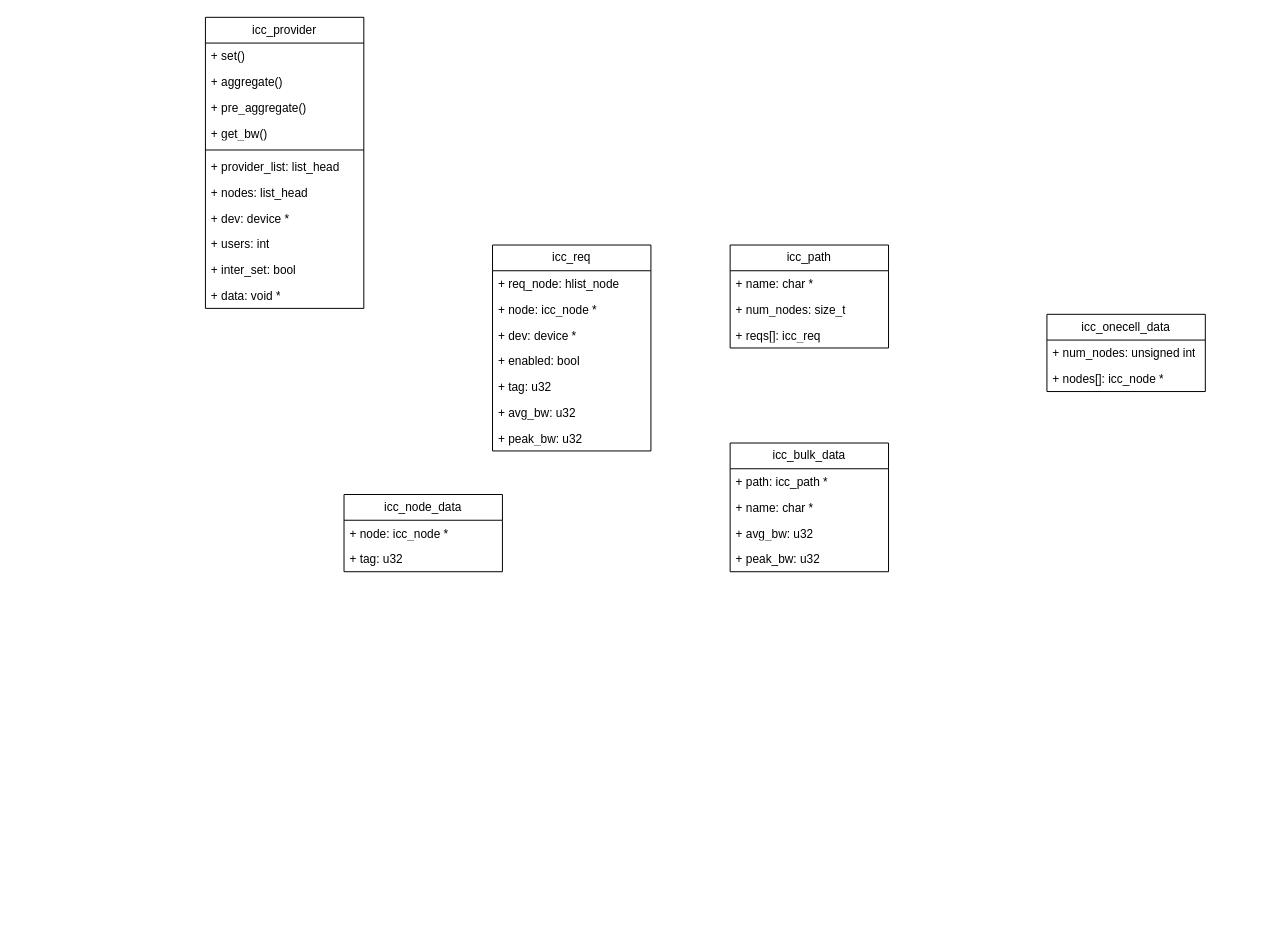
Above: Interconnect.drawio in Kaling1203/Diagram (draw.io), before the change. Source tidied: cells renumbered, new cells numbered last; positions are measured from the earlier drawing's top-left corner, leaving out a move shared by most shapes. Both pictures are drawn from the tidied source at 99%, with x=0, y=0 at pixel (205, 17).
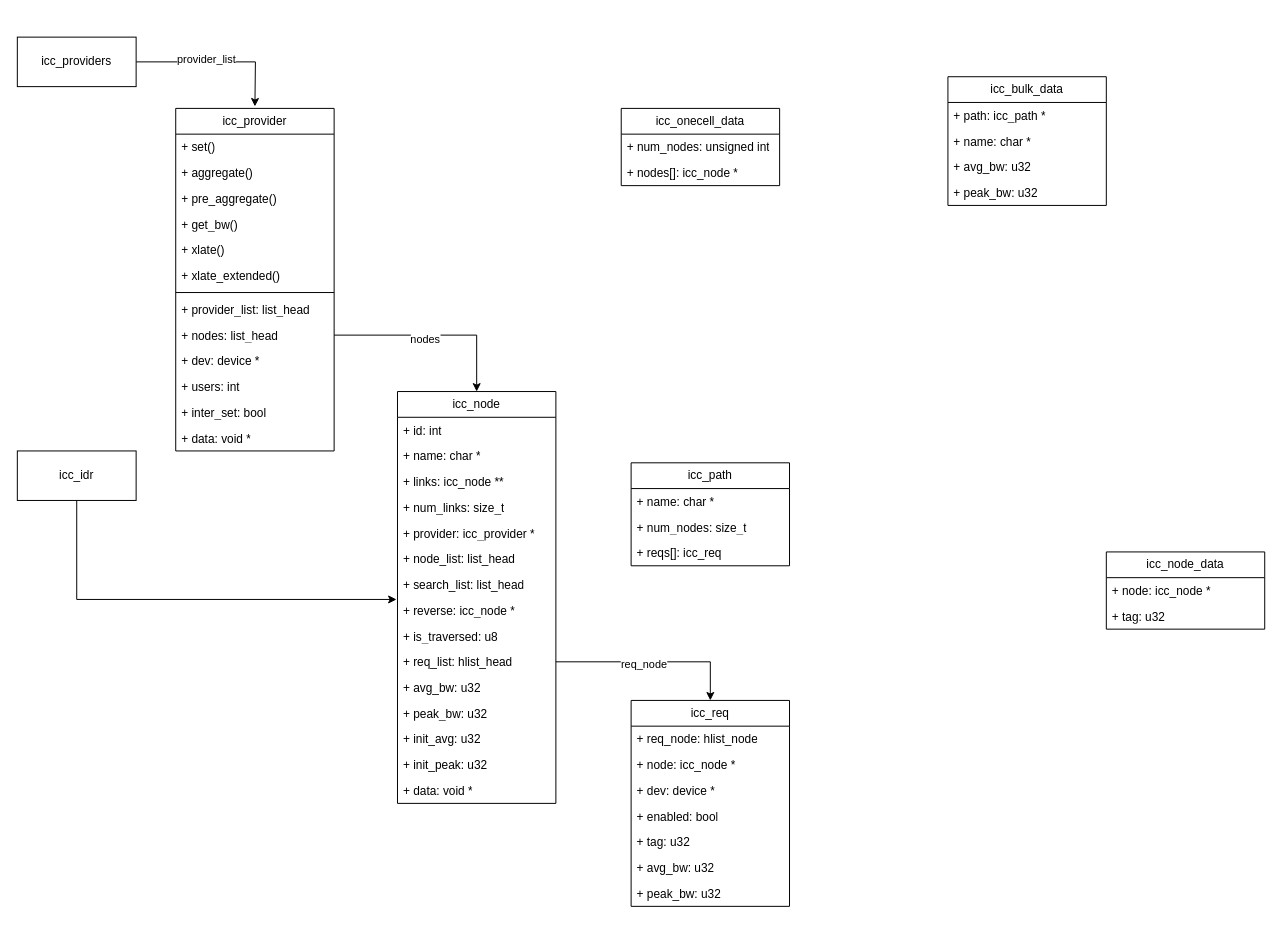
After the change.

Change to the diagram source:
```diff
@@
     <mxCell id="2" value="icc_req" style="swimlane;fontStyle=0;horizontal=1;startSize=26;fillColor=none;whiteSpace=wrap;html=1;" parent="1" vertex="1">
-      <mxGeometry x="290" y="230" width="160" height="208" as="geometry" />
+      <mxGeometry x="430" y="690" width="160" height="208" as="geometry" />
     </mxCell>
@@
     <mxCell id="10" value="icc_path" style="swimlane;fontStyle=0;horizontal=1;startSize=26;fillColor=none;whiteSpace=wrap;html=1;" parent="1" vertex="1">
-      <mxGeometry x="530" y="230" width="160" height="104" as="geometry" />
+      <mxGeometry x="430" y="450" width="160" height="104" as="geometry" />
     </mxCell>
@@
     <mxCell id="14" value="icc_bulk_data" style="swimlane;fontStyle=0;horizontal=1;startSize=26;fillColor=none;whiteSpace=wrap;html=1;" parent="1" vertex="1">
-      <mxGeometry x="530" y="430" width="160" height="130" as="geometry" />
+      <mxGeometry x="750" y="60" width="160" height="130" as="geometry" />
     </mxCell>
@@
     <mxCell id="19" value="icc_node_data" style="swimlane;fontStyle=0;horizontal=1;startSize=26;fillColor=none;whiteSpace=wrap;html=1;" parent="1" vertex="1">
-      <mxGeometry x="140" y="482" width="160" height="78" as="geometry" />
+      <mxGeometry x="910" y="540" width="160" height="78" as="geometry" />
     </mxCell>
@@
     <mxCell id="22" value="icc_onecell_data" style="swimlane;fontStyle=0;horizontal=1;startSize=26;fillColor=none;whiteSpace=wrap;html=1;" parent="1" vertex="1">
-      <mxGeometry x="850" y="300" width="160" height="78" as="geometry" />
+      <mxGeometry x="420" y="92" width="160" height="78" as="geometry" />
     </mxCell>
@@
     <mxCell id="25" value="icc_provider" style="swimlane;fontStyle=0;horizontal=1;startSize=26;fillColor=none;whiteSpace=wrap;html=1;" parent="1" vertex="1">
-      <mxGeometry width="160" height="294" as="geometry" />
+      <mxGeometry x="-30" y="92" width="160" height="346" as="geometry" />
     </mxCell>
@@
+    <mxCell id="37" value="+ xlate()" style="text;strokeColor=none;fillColor=none;align=left;verticalAlign=top;spacingLeft=4;spacingRight=4;overflow=hidden;whiteSpace=wrap;html=1;" parent="25" vertex="1">
+      <mxGeometry y="130" width="160" height="26" as="geometry" />
+    </mxCell>
+    <mxCell id="38" value="+ xlate_extended()" style="text;strokeColor=none;fillColor=none;align=left;verticalAlign=top;spacingLeft=4;spacingRight=4;overflow=hidden;whiteSpace=wrap;html=1;" parent="25" vertex="1">
+      <mxGeometry y="156" width="160" height="26" as="geometry" />
+    </mxCell>
     <mxCell id="30" style="line;strokeWidth=1;fillColor=none;align=left;verticalAlign=middle;spacingTop=-1;spacingLeft=3;spacingRight=3;labelPosition=right;strokeColor=inherit;" parent="25" vertex="1">
-      <mxGeometry y="130" width="160" height="8" as="geometry" />
+      <mxGeometry y="182" width="160" height="8" as="geometry" />
     </mxCell>
     <mxCell id="31" value="+ provider_list: list_head" style="text;strokeColor=none;fillColor=none;align=left;verticalAlign=top;spacingLeft=4;spacingRight=4;overflow=hidden;whiteSpace=wrap;html=1;" parent="25" vertex="1">
-      <mxGeometry y="138" width="160" height="26" as="geometry" />
+      <mxGeometry y="190" width="160" height="26" as="geometry" />
     </mxCell>
     <mxCell id="32" value="+ nodes: list_head" style="text;strokeColor=none;fillColor=none;align=left;verticalAlign=top;spacingLeft=4;spacingRight=4;overflow=hidden;points=[[0,0.5],[1,0.5]];portConstraint=eastwest;whiteSpace=wrap;html=1;" parent="25" vertex="1">
-      <mxGeometry y="164" width="160" height="26" as="geometry" />
+      <mxGeometry y="216" width="160" height="26" as="geometry" />
     </mxCell>
     <mxCell id="33" value="+ dev: device *" style="text;strokeColor=none;fillColor=none;align=left;verticalAlign=top;spacingLeft=4;spacingRight=4;overflow=hidden;whiteSpace=wrap;html=1;" parent="25" vertex="1">
-      <mxGeometry y="190" width="160" height="26" as="geometry" />
+      <mxGeometry y="242" width="160" height="26" as="geometry" />
     </mxCell>
     <mxCell id="34" value="+ users: int" style="text;strokeColor=none;fillColor=none;align=left;verticalAlign=top;spacingLeft=4;spacingRight=4;overflow=hidden;whiteSpace=wrap;html=1;" parent="25" vertex="1">
-      <mxGeometry y="216" width="160" height="26" as="geometry" />
+      <mxGeometry y="268" width="160" height="26" as="geometry" />
     </mxCell>
     <mxCell id="35" value="+ inter_set: bool" style="text;strokeColor=none;fillColor=none;align=left;verticalAlign=top;spacingLeft=4;spacingRight=4;overflow=hidden;whiteSpace=wrap;html=1;" parent="25" vertex="1">
-      <mxGeometry y="242" width="160" height="26" as="geometry" />
+      <mxGeometry y="294" width="160" height="26" as="geometry" />
     </mxCell>
     <mxCell id="36" value="+ data: void *" style="text;strokeColor=none;fillColor=none;align=left;verticalAlign=top;spacingLeft=4;spacingRight=4;overflow=hidden;whiteSpace=wrap;html=1;" parent="25" vertex="1">
-      <mxGeometry y="268" width="160" height="26" as="geometry" />
+      <mxGeometry y="320" width="160" height="26" as="geometry" />
     </mxCell>
+    <mxCell id="39" style="edgeStyle=orthogonalEdgeStyle;rounded=0;jettySize=auto;html=1;" parent="1" edge="1" source="41">
+      <mxGeometry relative="1" as="geometry">
+        <mxPoint x="50" y="90" as="targetPoint" />
+      </mxGeometry>
+    </mxCell>
+    <mxCell id="40" value="provider_list" style="edgeLabel;html=1;align=center;verticalAlign=middle;" parent="39" vertex="1">
+      <mxGeometry x="-0.16" y="3" relative="1" as="geometry" />
+    </mxCell>
+    <mxCell id="41" value="icc_providers" style="html=1;whiteSpace=wrap;" parent="1" vertex="1">
+      <mxGeometry x="-190" y="20" width="120" height="50" as="geometry" />
+    </mxCell>
+    <mxCell id="42" value="icc_node" style="swimlane;fontStyle=0;horizontal=1;startSize=26;fillColor=none;whiteSpace=wrap;html=1;" parent="1" vertex="1">
+      <mxGeometry x="194" y="378" width="160" height="416" as="geometry" />
+    </mxCell>
+    <mxCell id="43" value="+ id: int" style="text;strokeColor=none;fillColor=none;align=left;verticalAlign=top;spacingLeft=4;spacingRight=4;overflow=hidden;whiteSpace=wrap;html=1;" parent="42" vertex="1">
+      <mxGeometry y="26" width="160" height="26" as="geometry" />
+    </mxCell>
+    <mxCell id="44" value="+ name: char *" style="text;strokeColor=none;fillColor=none;align=left;verticalAlign=top;spacingLeft=4;spacingRight=4;overflow=hidden;whiteSpace=wrap;html=1;" parent="42" vertex="1">
+      <mxGeometry y="52" width="160" height="26" as="geometry" />
+    </mxCell>
+    <mxCell id="45" value="+ links: icc_node **" style="text;strokeColor=none;fillColor=none;align=left;verticalAlign=top;spacingLeft=4;spacingRight=4;overflow=hidden;whiteSpace=wrap;html=1;" parent="42" vertex="1">
+      <mxGeometry y="78" width="160" height="26" as="geometry" />
+    </mxCell>
+    <mxCell id="46" value="+ num_links: size_t" style="text;strokeColor=none;fillColor=none;align=left;verticalAlign=top;spacingLeft=4;spacingRight=4;overflow=hidden;whiteSpace=wrap;html=1;" parent="42" vertex="1">
+      <mxGeometry y="104" width="160" height="26" as="geometry" />
+    </mxCell>
+    <mxCell id="47" value="+ provider: icc_provider *" style="text;strokeColor=none;fillColor=none;align=left;verticalAlign=top;spacingLeft=4;spacingRight=4;overflow=hidden;whiteSpace=wrap;html=1;" parent="42" vertex="1">
+      <mxGeometry y="130" width="160" height="26" as="geometry" />
+    </mxCell>
+    <mxCell id="48" value="+ node_list: list_head" style="text;strokeColor=none;fillColor=none;align=left;verticalAlign=top;spacingLeft=4;spacingRight=4;overflow=hidden;whiteSpace=wrap;html=1;" parent="42" vertex="1">
+      <mxGeometry y="156" width="160" height="26" as="geometry" />
+    </mxCell>
+    <mxCell id="49" value="+ search_list: list_head" style="text;strokeColor=none;fillColor=none;align=left;verticalAlign=top;spacingLeft=4;spacingRight=4;overflow=hidden;whiteSpace=wrap;html=1;" parent="42" vertex="1">
+      <mxGeometry y="182" width="160" height="26" as="geometry" />
+    </mxCell>
+    <mxCell id="50" value="+ reverse: icc_node *" style="text;strokeColor=none;fillColor=none;align=left;verticalAlign=top;spacingLeft=4;spacingRight=4;overflow=hidden;points=[[0,0.5],[1,0.5]];portConstraint=eastwest;whiteSpace=wrap;html=1;" parent="42" vertex="1">
+      <mxGeometry y="208" width="160" height="26" as="geometry" />
+    </mxCell>
+    <mxCell id="51" value="+ is_traversed: u8" style="text;strokeColor=none;fillColor=none;align=left;verticalAlign=top;spacingLeft=4;spacingRight=4;overflow=hidden;whiteSpace=wrap;html=1;" parent="42" vertex="1">
+      <mxGeometry y="234" width="160" height="26" as="geometry" />
+    </mxCell>
+    <mxCell id="52" value="+ req_list: hlist_head" style="text;strokeColor=none;fillColor=none;align=left;verticalAlign=top;spacingLeft=4;spacingRight=4;overflow=hidden;points=[[0,0.5],[1,0.5]];portConstraint=eastwest;whiteSpace=wrap;html=1;" parent="42" vertex="1">
+      <mxGeometry y="260" width="160" height="26" as="geometry" />
+    </mxCell>
+    <mxCell id="53" value="+ avg_bw: u32" style="text;strokeColor=none;fillColor=none;align=left;verticalAlign=top;spacingLeft=4;spacingRight=4;overflow=hidden;whiteSpace=wrap;html=1;" parent="42" vertex="1">
+      <mxGeometry y="286" width="160" height="26" as="geometry" />
+    </mxCell>
+    <mxCell id="54" value="+ peak_bw: u32" style="text;strokeColor=none;fillColor=none;align=left;verticalAlign=top;spacingLeft=4;spacingRight=4;overflow=hidden;whiteSpace=wrap;html=1;" parent="42" vertex="1">
+      <mxGeometry y="312" width="160" height="26" as="geometry" />
+    </mxCell>
+    <mxCell id="55" value="+ init_avg: u32" style="text;strokeColor=none;fillColor=none;align=left;verticalAlign=top;spacingLeft=4;spacingRight=4;overflow=hidden;whiteSpace=wrap;html=1;" parent="42" vertex="1">
+      <mxGeometry y="338" width="160" height="26" as="geometry" />
+    </mxCell>
+    <mxCell id="56" value="+ init_peak: u32" style="text;strokeColor=none;fillColor=none;align=left;verticalAlign=top;spacingLeft=4;spacingRight=4;overflow=hidden;whiteSpace=wrap;html=1;" parent="42" vertex="1">
+      <mxGeometry y="364" width="160" height="26" as="geometry" />
+    </mxCell>
+    <mxCell id="57" value="+ data: void *" style="text;strokeColor=none;fillColor=none;align=left;verticalAlign=top;spacingLeft=4;spacingRight=4;overflow=hidden;whiteSpace=wrap;html=1;" parent="42" vertex="1">
+      <mxGeometry y="390" width="160" height="26" as="geometry" />
+    </mxCell>
+    <mxCell id="58" style="edgeStyle=orthogonalEdgeStyle;rounded=0;jettySize=auto;html=1;exitX=1;exitY=0.5;exitDx=0;exitDy=0;" parent="1" edge="1" source="32" target="42">
+      <mxGeometry relative="1" as="geometry" />
+    </mxCell>
+    <mxCell id="59" value="nodes" style="edgeLabel;html=1;align=center;verticalAlign=middle;" parent="58" vertex="1">
+      <mxGeometry x="-0.09" y="-3" relative="1" as="geometry" />
+    </mxCell>
+    <mxCell id="60" style="edgeStyle=orthogonalEdgeStyle;rounded=0;jettySize=auto;html=1;entryX=0.5;entryY=0;entryDx=0;entryDy=0;" parent="1" edge="1" source="52" target="2">
+      <mxGeometry relative="1" as="geometry" />
+    </mxCell>
+    <mxCell id="61" value="req_node" style="edgeLabel;html=1;align=center;verticalAlign=middle;" parent="60" vertex="1">
+      <mxGeometry x="-0.1" y="-2" relative="1" as="geometry" />
+    </mxCell>
+    <mxCell id="62" style="edgeStyle=orthogonalEdgeStyle;rounded=0;jettySize=auto;html=1;entryX=-0.006;entryY=0.077;entryDx=0;entryDy=0;entryPerimeter=0;" parent="1" edge="1" source="63" target="50">
+      <mxGeometry relative="1" as="geometry" />
+    </mxCell>
+    <mxCell id="63" value="icc_idr" style="html=1;whiteSpace=wrap;" parent="1" vertex="1">
+      <mxGeometry x="-190" y="438" width="120" height="50" as="geometry" />
+    </mxCell>
```
